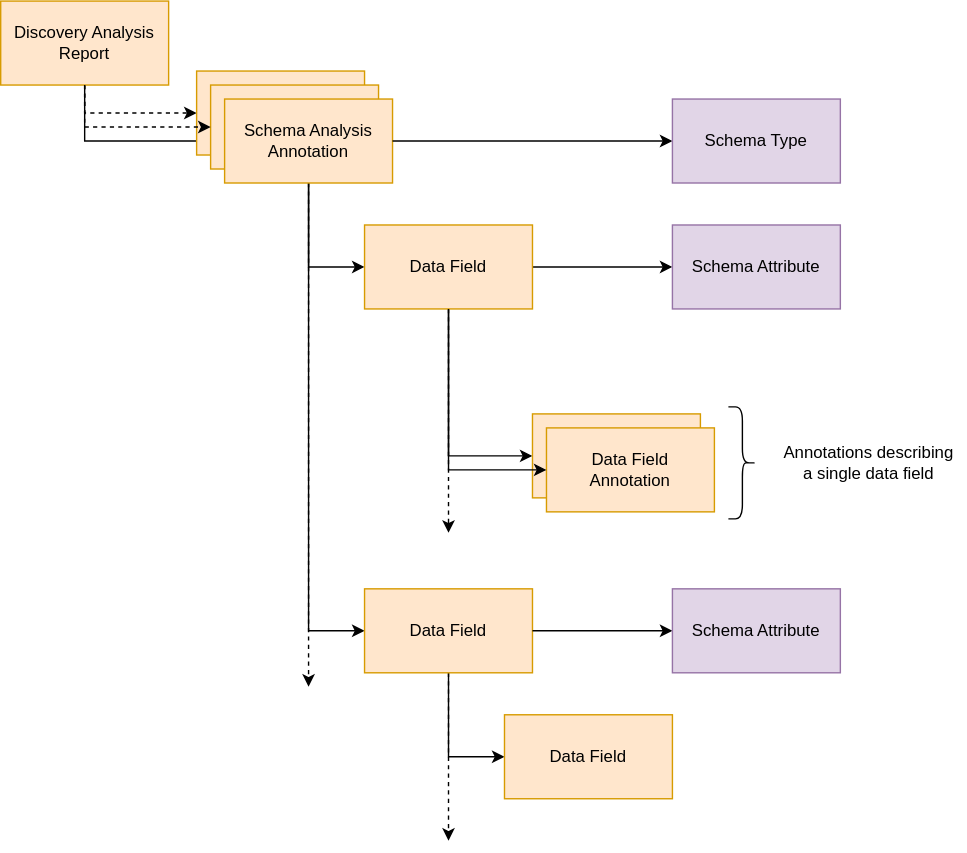
Before: site/docs/guides/developer/open-discovery-services/open-discovery-schema-extraction.svg, a diagram exported from draw.io (odpi/egeria-docs). Source tidied: cells renumbered, new cells last; positions are measured from the earlier drawing's top-left corner, leaving out a move shared by most shapes.
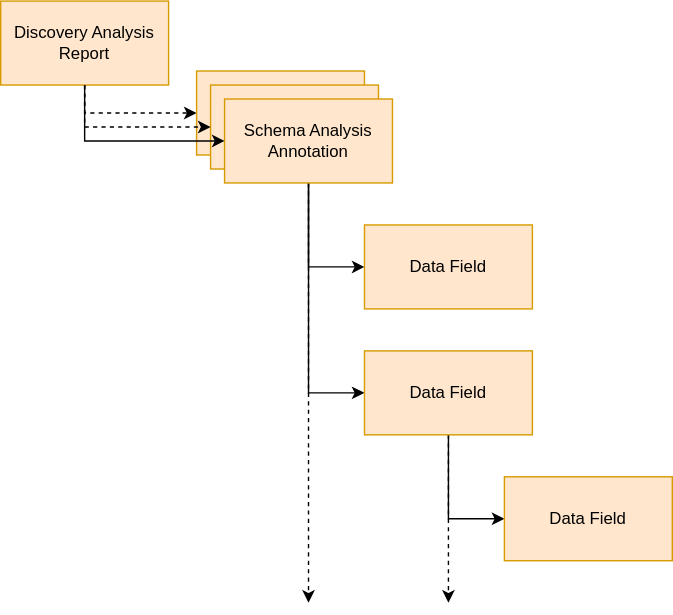
The same diagram one commit later.

Diff of the diagram source:
```diff
@@ -2,97 +2,54 @@
   <root>
     <mxCell id="0" />
     <mxCell id="1" parent="0" />
-    <mxCell id="2" style="edgeStyle=orthogonalEdgeStyle;rounded=0;jettySize=auto;html=1;exitX=0.5;exitY=1;exitDx=0;exitDy=0;entryX=0;entryY=0.5;entryDx=0;entryDy=0;dashed=1;" parent="1" edge="1" source="4" target="5">
+    <mxCell id="2" style="edgeStyle=orthogonalEdgeStyle;rounded=0;jettySize=auto;html=1;exitX=0.5;exitY=1;exitDx=0;exitDy=0;entryX=0;entryY=0.5;entryDx=0;entryDy=0;dashed=1;" parent="1" edge="1" source="3" target="4">
       <mxGeometry relative="1" as="geometry" />
     </mxCell>
-    <mxCell id="3" style="edgeStyle=orthogonalEdgeStyle;rounded=0;jettySize=auto;html=1;exitX=0.5;exitY=1;exitDx=0;exitDy=0;entryX=0;entryY=0.5;entryDx=0;entryDy=0;fontSize=12;" parent="1" edge="1" source="4" target="11">
-      <mxGeometry relative="1" as="geometry" />
+    <mxCell id="3" value="Discovery Analysis Report" style="rounded=0;whiteSpace=wrap;html=1;fillColor=#ffe6cc;strokeColor=#d79b00;" parent="1" vertex="1">
+      <mxGeometry width="120" height="60" as="geometry" />
     </mxCell>
-    <mxCell id="4" value="Discovery Analysis Report" style="rounded=0;whiteSpace=wrap;html=1;fillColor=#ffe6cc;strokeColor=#d79b00;" parent="1" vertex="1">
-      <mxGeometry width="120" height="60" as="geometry" />
+    <mxCell id="4" value="Annotation" style="rounded=0;whiteSpace=wrap;html=1;fillColor=#ffe6cc;strokeColor=#d79b00;" parent="1" vertex="1">
+      <mxGeometry x="140" y="50" width="120" height="60" as="geometry" />
     </mxCell>
     <mxCell id="5" value="Annotation" style="rounded=0;whiteSpace=wrap;html=1;fillColor=#ffe6cc;strokeColor=#d79b00;" parent="1" vertex="1">
-      <mxGeometry x="140" y="50" width="120" height="60" as="geometry" />
+      <mxGeometry x="150" y="60" width="120" height="60" as="geometry" />
     </mxCell>
-    <mxCell id="6" value="Annotation" style="rounded=0;whiteSpace=wrap;html=1;fillColor=#ffe6cc;strokeColor=#d79b00;" parent="1" vertex="1">
-      <mxGeometry x="150" y="60" width="120" height="60" as="geometry" />
+    <mxCell id="6" style="edgeStyle=orthogonalEdgeStyle;rounded=0;jettySize=auto;html=1;exitX=0.5;exitY=1;exitDx=0;exitDy=0;entryX=0;entryY=0.5;entryDx=0;entryDy=0;dashed=1;" parent="1" edge="1" source="3" target="5">
+      <mxGeometry relative="1" as="geometry" />
     </mxCell>
-    <mxCell id="7" style="edgeStyle=orthogonalEdgeStyle;rounded=0;jettySize=auto;html=1;exitX=0.5;exitY=1;exitDx=0;exitDy=0;entryX=0;entryY=0.5;entryDx=0;entryDy=0;dashed=1;" parent="1" edge="1" source="4" target="6">
+    <mxCell id="7" style="edgeStyle=orthogonalEdgeStyle;rounded=0;jettySize=auto;html=1;exitX=0.5;exitY=1;exitDx=0;exitDy=0;entryX=0;entryY=0.5;entryDx=0;entryDy=0;fontSize=12;" parent="1" edge="1" source="10" target="11">
       <mxGeometry relative="1" as="geometry" />
     </mxCell>
-    <mxCell id="8" style="edgeStyle=orthogonalEdgeStyle;rounded=0;jettySize=auto;html=1;exitX=0.5;exitY=1;exitDx=0;exitDy=0;entryX=0;entryY=0.5;entryDx=0;entryDy=0;fontSize=12;" parent="1" edge="1" source="11" target="15">
+    <mxCell id="8" style="edgeStyle=orthogonalEdgeStyle;rounded=0;jettySize=auto;html=1;exitX=0.5;exitY=1;exitDx=0;exitDy=0;entryX=0;entryY=0.5;entryDx=0;entryDy=0;fontSize=12;" parent="1" edge="1" source="10" target="14">
       <mxGeometry relative="1" as="geometry" />
     </mxCell>
-    <mxCell id="9" style="edgeStyle=orthogonalEdgeStyle;rounded=0;jettySize=auto;html=1;exitX=0.5;exitY=1;exitDx=0;exitDy=0;entryX=0;entryY=0.5;entryDx=0;entryDy=0;fontSize=12;" parent="1" edge="1" source="11" target="21">
-      <mxGeometry relative="1" as="geometry" />
+    <mxCell id="9" style="edgeStyle=orthogonalEdgeStyle;rounded=0;jettySize=auto;html=1;exitX=0.5;exitY=1;exitDx=0;exitDy=0;dashed=1;fontSize=12;" parent="1" edge="1" source="10">
+      <mxGeometry relative="1" as="geometry">
+        <mxPoint x="220" y="430" as="targetPoint" />
+      </mxGeometry>
     </mxCell>
-    <mxCell id="10" style="edgeStyle=orthogonalEdgeStyle;rounded=0;jettySize=auto;html=1;exitX=0.5;exitY=1;exitDx=0;exitDy=0;dashed=1;fontSize=12;" parent="1" edge="1" source="11">
-      <mxGeometry relative="1" as="geometry">
-        <mxPoint x="220" y="490" as="targetPoint" />
-      </mxGeometry>
+    <mxCell id="10" value="Schema Analysis&lt;br&gt;Annotation" style="rounded=0;whiteSpace=wrap;html=1;fontSize=12;strokeColor=#d79b00;fillColor=#ffe6cc;" parent="1" vertex="1">
+      <mxGeometry x="160" y="70" width="120" height="60" as="geometry" />
     </mxCell>
-    <mxCell id="11" value="Schema Analysis&lt;br&gt;Annotation" style="rounded=0;whiteSpace=wrap;html=1;fontSize=12;strokeColor=#d79b00;fillColor=#ffe6cc;" parent="1" vertex="1">
-      <mxGeometry x="160" y="70" width="120" height="60" as="geometry" />
+    <mxCell id="11" value="Data Field" style="rounded=0;whiteSpace=wrap;html=1;fontSize=12;strokeColor=#d79b00;fillColor=#ffe6cc;" parent="1" vertex="1">
+      <mxGeometry x="260" y="160" width="120" height="60" as="geometry" />
     </mxCell>
-    <mxCell id="12" style="edgeStyle=orthogonalEdgeStyle;rounded=0;jettySize=auto;html=1;entryX=0;entryY=0.5;entryDx=0;entryDy=0;fontSize=12;" parent="1" edge="1" source="15" target="16">
+    <mxCell id="12" style="edgeStyle=orthogonalEdgeStyle;rounded=0;jettySize=auto;html=1;exitX=0.5;exitY=1;exitDx=0;exitDy=0;entryX=0;entryY=0.5;entryDx=0;entryDy=0;fontSize=12;" parent="1" edge="1" source="14" target="15">
       <mxGeometry relative="1" as="geometry" />
     </mxCell>
-    <mxCell id="13" style="edgeStyle=orthogonalEdgeStyle;rounded=0;jettySize=auto;html=1;exitX=0.5;exitY=1;exitDx=0;exitDy=0;dashed=1;fontSize=12;" parent="1" edge="1" source="15">
+    <mxCell id="13" style="edgeStyle=orthogonalEdgeStyle;rounded=0;jettySize=auto;html=1;exitX=0.5;exitY=1;exitDx=0;exitDy=0;fontSize=12;dashed=1;" parent="1" edge="1" source="14">
       <mxGeometry relative="1" as="geometry">
-        <mxPoint x="320" y="380" as="targetPoint" />
+        <mxPoint x="320" y="430" as="targetPoint" />
       </mxGeometry>
     </mxCell>
-    <mxCell id="14" style="edgeStyle=orthogonalEdgeStyle;rounded=0;jettySize=auto;html=1;exitX=1;exitY=0.5;exitDx=0;exitDy=0;entryX=0;entryY=0.5;entryDx=0;entryDy=0;fontSize=12;" parent="1" edge="1" source="15" target="25">
-      <mxGeometry relative="1" as="geometry" />
+    <mxCell id="14" value="Data Field" style="rounded=0;whiteSpace=wrap;html=1;fontSize=12;strokeColor=#d79b00;fillColor=#ffe6cc;" parent="1" vertex="1">
+      <mxGeometry x="260" y="250" width="120" height="60" as="geometry" />
     </mxCell>
     <mxCell id="15" value="Data Field" style="rounded=0;whiteSpace=wrap;html=1;fontSize=12;strokeColor=#d79b00;fillColor=#ffe6cc;" parent="1" vertex="1">
-      <mxGeometry x="260" y="160" width="120" height="60" as="geometry" />
+      <mxGeometry x="360" y="340" width="120" height="60" as="geometry" />
     </mxCell>
-    <mxCell id="16" value="Annotation" style="rounded=0;whiteSpace=wrap;html=1;fillColor=#ffe6cc;strokeColor=#d79b00;" parent="1" vertex="1">
-      <mxGeometry x="380" y="295" width="120" height="60" as="geometry" />
+    <mxCell id="16" style="edgeStyle=orthogonalEdgeStyle;rounded=0;jettySize=auto;html=1;exitX=0.5;exitY=1;exitDx=0;exitDy=0;entryX=0;entryY=0.5;entryDx=0;entryDy=0;fontSize=12;" parent="1" edge="1" source="3" target="10">
+      <mxGeometry relative="1" as="geometry" />
     </mxCell>
-    <mxCell id="17" value="Data Field&lt;br&gt;Annotation" style="rounded=0;whiteSpace=wrap;html=1;fillColor=#ffe6cc;strokeColor=#d79b00;" parent="1" vertex="1">
-      <mxGeometry x="390" y="305" width="120" height="60" as="geometry" />
-    </mxCell>
-    <mxCell id="18" style="edgeStyle=orthogonalEdgeStyle;rounded=0;jettySize=auto;html=1;exitX=0.5;exitY=1;exitDx=0;exitDy=0;entryX=0;entryY=0.5;entryDx=0;entryDy=0;fontSize=12;" parent="1" edge="1" source="15" target="17">
-      <mxGeometry relative="1" as="geometry" />
-    </mxCell>
-    <mxCell id="19" style="edgeStyle=orthogonalEdgeStyle;rounded=0;jettySize=auto;html=1;exitX=0.5;exitY=1;exitDx=0;exitDy=0;entryX=0;entryY=0.5;entryDx=0;entryDy=0;fontSize=12;" parent="1" edge="1" source="21" target="22">
-      <mxGeometry relative="1" as="geometry" />
-    </mxCell>
-    <mxCell id="20" style="edgeStyle=orthogonalEdgeStyle;rounded=0;jettySize=auto;html=1;exitX=0.5;exitY=1;exitDx=0;exitDy=0;fontSize=12;dashed=1;" parent="1" edge="1" source="21">
-      <mxGeometry relative="1" as="geometry">
-        <mxPoint x="320" y="600" as="targetPoint" />
-      </mxGeometry>
-    </mxCell>
-    <mxCell id="21" value="Data Field" style="rounded=0;whiteSpace=wrap;html=1;fontSize=12;strokeColor=#d79b00;fillColor=#ffe6cc;" parent="1" vertex="1">
-      <mxGeometry x="260" y="420" width="120" height="60" as="geometry" />
-    </mxCell>
-    <mxCell id="22" value="Data Field" style="rounded=0;whiteSpace=wrap;html=1;fontSize=12;strokeColor=#d79b00;fillColor=#ffe6cc;" parent="1" vertex="1">
-      <mxGeometry x="360" y="510" width="120" height="60" as="geometry" />
-    </mxCell>
-    <mxCell id="23" style="shape=curlyBracket;whiteSpace=wrap;html=1;rounded=1;flipH=1;fontSize=12;" parent="1" vertex="1">
-      <mxGeometry x="520" y="290" width="20" height="80" as="geometry" />
-    </mxCell>
-    <mxCell id="24" value="Annotations describing&lt;br&gt;a single data field" style="text;html=1;align=center;verticalAlign=middle;strokeColor=none;fillColor=none;fontSize=12;" parent="1" vertex="1">
-      <mxGeometry x="550" y="315" width="140" height="30" as="geometry" />
-    </mxCell>
-    <mxCell id="25" value="Schema Attribute" style="rounded=0;whiteSpace=wrap;html=1;fontSize=12;strokeColor=#9673a6;fillColor=#e1d5e7;" parent="1" vertex="1">
-      <mxGeometry x="480" y="160" width="120" height="60" as="geometry" />
-    </mxCell>
-    <mxCell id="26" style="edgeStyle=orthogonalEdgeStyle;rounded=0;jettySize=auto;html=1;exitX=1;exitY=0.5;exitDx=0;exitDy=0;entryX=0;entryY=0.5;entryDx=0;entryDy=0;fontSize=12;" parent="1" edge="1" source="11" target="27">
-      <mxGeometry relative="1" as="geometry" />
-    </mxCell>
-    <mxCell id="27" value="Schema Type" style="rounded=0;whiteSpace=wrap;html=1;fontSize=12;strokeColor=#9673a6;fillColor=#e1d5e7;" parent="1" vertex="1">
-      <mxGeometry x="480" y="70" width="120" height="60" as="geometry" />
-    </mxCell>
-    <mxCell id="28" style="edgeStyle=orthogonalEdgeStyle;rounded=0;jettySize=auto;html=1;exitX=1;exitY=0.5;exitDx=0;exitDy=0;entryX=0;entryY=0.5;entryDx=0;entryDy=0;fontSize=12;" parent="1" edge="1" target="29">
-      <mxGeometry relative="1" as="geometry">
-        <mxPoint x="380" y="450" as="sourcePoint" />
-      </mxGeometry>
-    </mxCell>
-    <mxCell id="29" value="Schema Attribute" style="rounded=0;whiteSpace=wrap;html=1;fontSize=12;strokeColor=#9673a6;fillColor=#e1d5e7;" parent="1" vertex="1">
-      <mxGeometry x="480" y="420" width="120" height="60" as="geometry" />
-    </mxCell>
   </root>
 </mxGraphModel>
```
